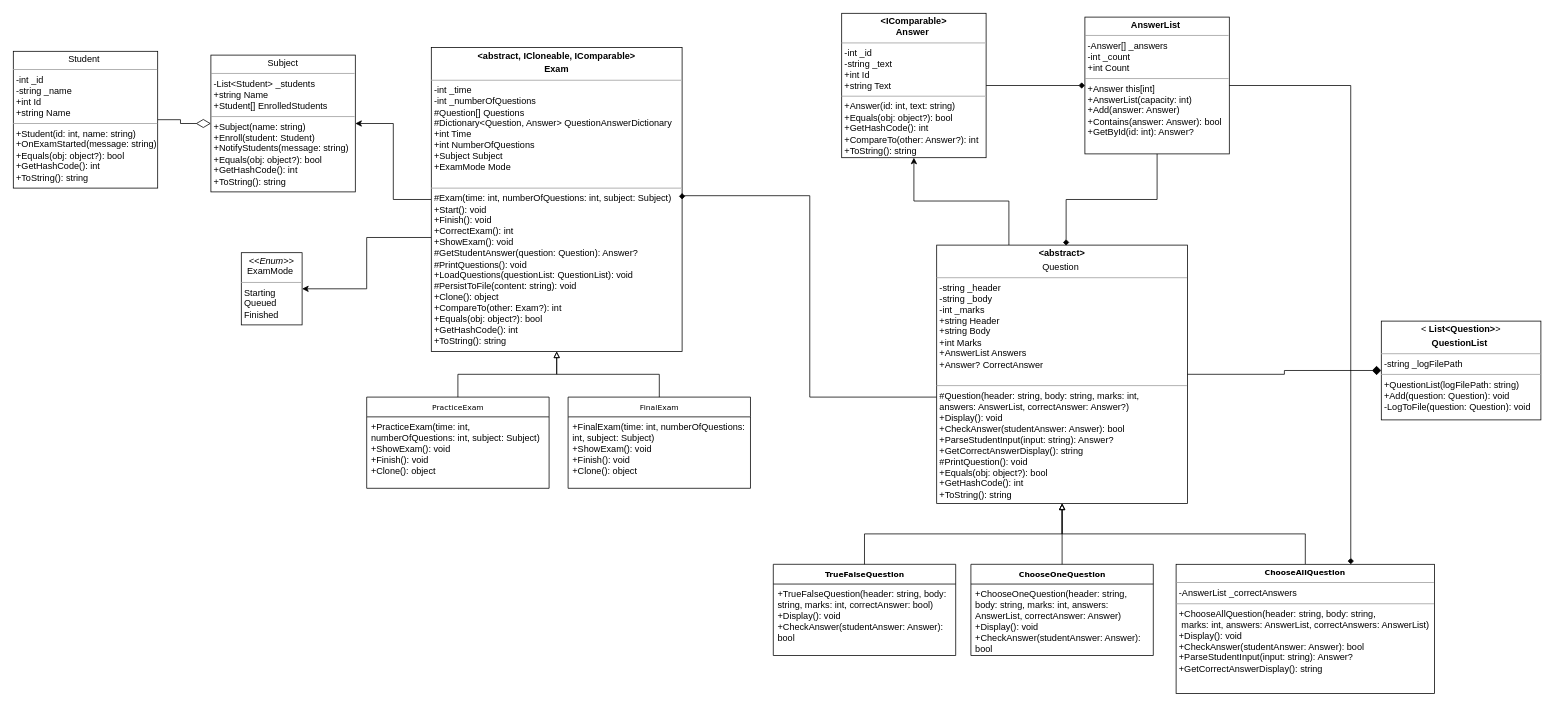
Before: UML/C# Project.drawio in YoussefHanna64-bit/Examination-Management-System, a draw.io diagram. Source tidied: cells renumbered, new cells numbered last; positions are measured from the earlier drawing's top-left corner, leaving out a move shared by most shapes. Both pictures are drawn from the tidied source at 76%, with x=0, y=0 at pixel (13, 13).
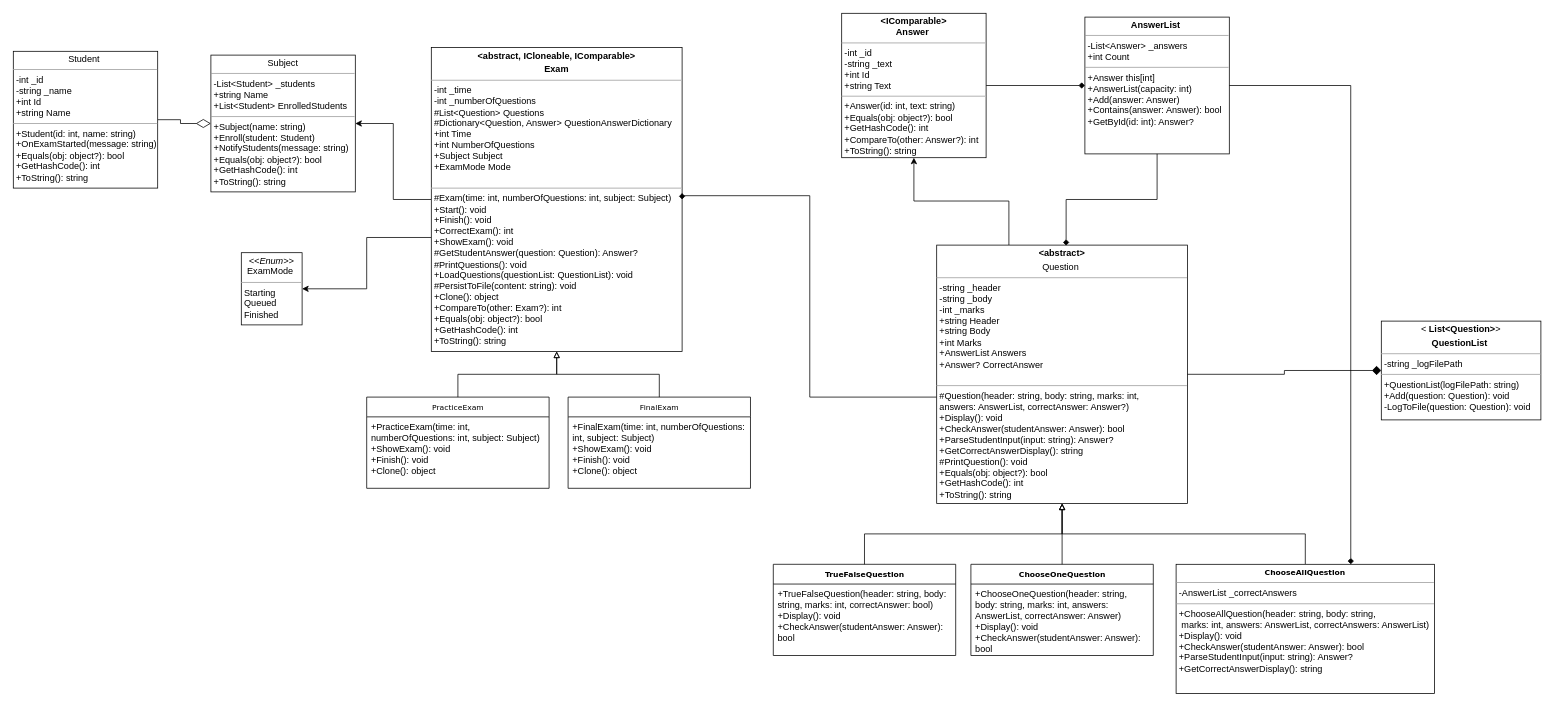
After the change.

What changed in the source:
```diff
@@
-    <mxCell id="8" value="&lt;p style=&quot;margin:0px;margin-top:4px;text-align:center;&quot;&gt;&lt;b style=&quot;background-color: transparent; color: light-dark(rgb(0, 0, 0), rgb(255, 255, 255));&quot;&gt;&amp;lt;abstract, ICloneable, IComparable&amp;gt;&lt;/b&gt;&lt;/p&gt;&lt;p style=&quot;margin:0px;margin-top:4px;text-align:center;&quot;&gt;&lt;b&gt;Exam&lt;/b&gt;&lt;/p&gt;&lt;hr size=&quot;1&quot;&gt;&lt;p style=&quot;margin:0px;margin-left:4px;&quot;&gt;     -int _time&lt;br&gt;-int _numberOfQuestions&lt;br&gt;&lt;/p&gt;&lt;p style=&quot;margin: 0px 0px 0px 4px;&quot;&gt;#Question[] Questions&lt;/p&gt;&lt;p style=&quot;margin: 0px 0px 0px 4px;&quot;&gt;#Dictionary&amp;lt;Question, Answer&amp;gt; QuestionAnswerDictionary&lt;/p&gt;&lt;p style=&quot;margin:0px;margin-left:4px;&quot;&gt;+int Time&amp;nbsp;&lt;/p&gt;&lt;p style=&quot;margin:0px;margin-left:4px;&quot;&gt;+int NumberOfQuestions&amp;nbsp;&lt;/p&gt;&lt;p style=&quot;margin:0px;margin-left:4px;&quot;&gt;+Subject Subject&amp;nbsp;&lt;/p&gt;&lt;p style=&quot;margin:0px;margin-left:4px;&quot;&gt;+ExamMode Mode&lt;br&gt;&lt;/p&gt;&lt;p style=&quot;margin:0px;margin-left:4px;&quot;&gt;&lt;br&gt;&lt;/p&gt;&lt;hr size=&quot;1&quot;&gt;&lt;p style=&quot;margin:0px;margin-left:4px;&quot;&gt;#Exam(time: int, numberOfQuestions: int, subject: Subject)&amp;nbsp;&lt;/p&gt;&lt;p style=&quot;margin:0px;margin-left:4px;&quot;&gt;+Start(): void&amp;nbsp;&lt;/p&gt;&lt;p style=&quot;margin:0px;margin-left:4px;&quot;&gt;+Finish(): void&amp;nbsp;&lt;/p&gt;&lt;p style=&quot;margin:0px;margin-left:4px;&quot;&gt;+CorrectExam(): int&amp;nbsp;&lt;/p&gt;&lt;p style=&quot;margin:0px;margin-left:4px;&quot;&gt;+ShowExam(): void&amp;nbsp;&lt;/p&gt;&lt;p style=&quot;margin:0px;margin-left:4px;&quot;&gt;#GetStudentAnswer(question: Question): Answer?&lt;br&gt;            #PrintQuestions(): void&lt;br&gt;            +LoadQuestions(questionList: QuestionList): void&lt;br&gt;            #PersistToFile(content: string): void&lt;br&gt;            +Clone(): object&lt;br&gt;            +CompareTo(other: Exam?): int&lt;br&gt;            +Equals(obj: object?): bool&lt;/p&gt;&lt;p style=&quot;margin:0px;margin-left:4px;&quot;&gt;+&lt;span class=&quot;hljs-title&quot;&gt;GetHashCode&lt;/span&gt;(&lt;span class=&quot;hljs-params&quot;&gt;&lt;/span&gt;): int&lt;br&gt;            +ToString(): string&lt;/p&gt;" style="verticalAlign=top;align=left;overflow=fill;fontSize=12;fontFamily=Helvetica;html=1;rounded=0;shadow=0;comic=0;labelBackgroundColor=none;strokeWidth=1;" parent="1" vertex="1">
+    <mxCell id="8" value="&lt;p style=&quot;margin:0px;margin-top:4px;text-align:center;&quot;&gt;&lt;b style=&quot;background-color: transparent; color: light-dark(rgb(0, 0, 0), rgb(255, 255, 255));&quot;&gt;&amp;lt;abstract, ICloneable, IComparable&amp;gt;&lt;/b&gt;&lt;/p&gt;&lt;p style=&quot;margin:0px;margin-top:4px;text-align:center;&quot;&gt;&lt;b&gt;Exam&lt;/b&gt;&lt;/p&gt;&lt;hr size=&quot;1&quot;&gt;&lt;p style=&quot;margin:0px;margin-left:4px;&quot;&gt;     -int _time&lt;br&gt;-int _numberOfQuestions&lt;br&gt;&lt;/p&gt;&lt;p style=&quot;margin: 0px 0px 0px 4px;&quot;&gt;#List&amp;lt;Question&amp;gt; Questions&lt;/p&gt;&lt;p style=&quot;margin: 0px 0px 0px 4px;&quot;&gt;#Dictionary&amp;lt;Question, Answer&amp;gt; QuestionAnswerDictionary&lt;/p&gt;&lt;p style=&quot;margin:0px;margin-left:4px;&quot;&gt;+int Time&amp;nbsp;&lt;/p&gt;&lt;p style=&quot;margin:0px;margin-left:4px;&quot;&gt;+int NumberOfQuestions&amp;nbsp;&lt;/p&gt;&lt;p style=&quot;margin:0px;margin-left:4px;&quot;&gt;+Subject Subject&amp;nbsp;&lt;/p&gt;&lt;p style=&quot;margin:0px;margin-left:4px;&quot;&gt;+ExamMode Mode&lt;br&gt;&lt;/p&gt;&lt;p style=&quot;margin:0px;margin-left:4px;&quot;&gt;&lt;br&gt;&lt;/p&gt;&lt;hr size=&quot;1&quot;&gt;&lt;p style=&quot;margin:0px;margin-left:4px;&quot;&gt;#Exam(time: int, numberOfQuestions: int, subject: Subject)&amp;nbsp;&lt;/p&gt;&lt;p style=&quot;margin:0px;margin-left:4px;&quot;&gt;+Start(): void&amp;nbsp;&lt;/p&gt;&lt;p style=&quot;margin:0px;margin-left:4px;&quot;&gt;+Finish(): void&amp;nbsp;&lt;/p&gt;&lt;p style=&quot;margin:0px;margin-left:4px;&quot;&gt;+CorrectExam(): int&amp;nbsp;&lt;/p&gt;&lt;p style=&quot;margin:0px;margin-left:4px;&quot;&gt;+ShowExam(): void&amp;nbsp;&lt;/p&gt;&lt;p style=&quot;margin:0px;margin-left:4px;&quot;&gt;#GetStudentAnswer(question: Question): Answer?&lt;br&gt;            #PrintQuestions(): void&lt;br&gt;            +LoadQuestions(questionList: QuestionList): void&lt;br&gt;            #PersistToFile(content: string): void&lt;br&gt;            +Clone(): object&lt;br&gt;            +CompareTo(other: Exam?): int&lt;br&gt;            +Equals(obj: object?): bool&lt;/p&gt;&lt;p style=&quot;margin:0px;margin-left:4px;&quot;&gt;+&lt;span class=&quot;hljs-title&quot;&gt;GetHashCode&lt;/span&gt;(&lt;span class=&quot;hljs-params&quot;&gt;&lt;/span&gt;): int&lt;br&gt;            +ToString(): string&lt;/p&gt;" style="verticalAlign=top;align=left;overflow=fill;fontSize=12;fontFamily=Helvetica;html=1;rounded=0;shadow=0;comic=0;labelBackgroundColor=none;strokeWidth=1;" parent="1" vertex="1">
       <mxGeometry x="550" y="45" width="330" height="400" as="geometry" />
     </mxCell>
@@
-    <mxCell id="12" value="&lt;p style=&quot;margin:0px;margin-top:4px;text-align:center;&quot;&gt;&lt;span style=&quot;background-color: transparent; color: light-dark(rgb(0, 0, 0), rgb(255, 255, 255)); text-align: left;&quot;&gt;Subject&lt;/span&gt;&lt;/p&gt;&lt;hr size=&quot;1&quot;&gt;&lt;p style=&quot;margin:0px;margin-left:4px;&quot;&gt;-List&amp;lt;Student&amp;gt; _students&amp;nbsp;&lt;/p&gt;&lt;p style=&quot;margin:0px;margin-left:4px;&quot;&gt;+string Name&amp;nbsp;&lt;/p&gt;&lt;p style=&quot;margin:0px;margin-left:4px;&quot;&gt;+Student[] EnrolledStudents&lt;/p&gt;&lt;hr size=&quot;1&quot;&gt;&lt;p style=&quot;margin:0px;margin-left:4px;&quot;&gt;+Subject(name: string)&lt;br&gt;+Enroll(student: Student)&lt;br&gt;+NotifyStudents(message: string)&lt;br&gt;            +Equals(obj: object?): bool&lt;/p&gt;&lt;p style=&quot;margin:0px;margin-left:4px;&quot;&gt;+&lt;span class=&quot;hljs-title&quot;&gt;GetHashCode&lt;/span&gt;(&lt;span class=&quot;hljs-params&quot;&gt;&lt;/span&gt;): int&lt;br&gt;            +ToString(): string&lt;/p&gt;" style="verticalAlign=top;align=left;overflow=fill;fontSize=12;fontFamily=Helvetica;html=1;rounded=0;shadow=0;comic=0;labelBackgroundColor=none;strokeWidth=1;" parent="1" vertex="1">
+    <mxCell id="12" value="&lt;p style=&quot;margin:0px;margin-top:4px;text-align:center;&quot;&gt;&lt;span style=&quot;background-color: transparent; color: light-dark(rgb(0, 0, 0), rgb(255, 255, 255)); text-align: left;&quot;&gt;Subject&lt;/span&gt;&lt;/p&gt;&lt;hr size=&quot;1&quot;&gt;&lt;p style=&quot;margin:0px;margin-left:4px;&quot;&gt;-List&amp;lt;Student&amp;gt; _students&amp;nbsp;&lt;/p&gt;&lt;p style=&quot;margin:0px;margin-left:4px;&quot;&gt;+string Name&amp;nbsp;&lt;/p&gt;&lt;p style=&quot;margin:0px;margin-left:4px;&quot;&gt;+List&amp;lt;Student&amp;gt;&amp;nbsp;EnrolledStudents&lt;/p&gt;&lt;hr size=&quot;1&quot;&gt;&lt;p style=&quot;margin:0px;margin-left:4px;&quot;&gt;+Subject(name: string)&lt;br&gt;+Enroll(student: Student)&lt;br&gt;+NotifyStudents(message: string)&lt;br&gt;            +Equals(obj: object?): bool&lt;/p&gt;&lt;p style=&quot;margin:0px;margin-left:4px;&quot;&gt;+&lt;span class=&quot;hljs-title&quot;&gt;GetHashCode&lt;/span&gt;(&lt;span class=&quot;hljs-params&quot;&gt;&lt;/span&gt;): int&lt;br&gt;            +ToString(): string&lt;/p&gt;" style="verticalAlign=top;align=left;overflow=fill;fontSize=12;fontFamily=Helvetica;html=1;rounded=0;shadow=0;comic=0;labelBackgroundColor=none;strokeWidth=1;" parent="1" vertex="1">
       <mxGeometry x="260" y="55" width="190" height="180" as="geometry" />
     </mxCell>
@@
-    <mxCell id="28" value="&lt;p style=&quot;margin:0px;margin-top:4px;text-align:center;&quot;&gt;&lt;b&gt;AnswerList&amp;nbsp;&lt;/b&gt;&lt;/p&gt;&lt;hr size=&quot;1&quot;&gt;&lt;p style=&quot;margin:0px;margin-left:4px;&quot;&gt; -Answer[] _answers&lt;br&gt;            -int _count&lt;br&gt;            +int Count&lt;/p&gt;&lt;hr size=&quot;1&quot;&gt;&lt;p style=&quot;margin:0px;margin-left:4px;&quot;&gt;+Answer this[int]&lt;br&gt;            +AnswerList(capacity: int)&lt;br&gt;            +Add(answer: Answer)&lt;br&gt;            +Contains(answer: Answer): bool&lt;br&gt;            +GetById(id: int): Answer?&lt;/p&gt;" style="verticalAlign=top;align=left;overflow=fill;fontSize=12;fontFamily=Helvetica;html=1;rounded=0;shadow=0;comic=0;labelBackgroundColor=none;strokeWidth=1;" parent="1" vertex="1">
+    <mxCell id="28" value="&lt;p style=&quot;margin:0px;margin-top:4px;text-align:center;&quot;&gt;&lt;b&gt;AnswerList&amp;nbsp;&lt;/b&gt;&lt;/p&gt;&lt;hr size=&quot;1&quot;&gt;&lt;p style=&quot;margin:0px;margin-left:4px;&quot;&gt;&lt;span style=&quot;background-color: transparent; color: light-dark(rgb(0, 0, 0), rgb(255, 255, 255));&quot;&gt;-List&amp;lt;&lt;/span&gt;&lt;span style=&quot;background-color: transparent; color: light-dark(rgb(0, 0, 0), rgb(255, 255, 255));&quot;&gt;Answer&lt;/span&gt;&lt;span style=&quot;background-color: transparent; color: light-dark(rgb(0, 0, 0), rgb(255, 255, 255));&quot;&gt;&amp;gt; _answers&lt;/span&gt;&lt;/p&gt;&lt;p style=&quot;margin:0px;margin-left:4px;&quot;&gt;            +int Count&lt;/p&gt;&lt;hr size=&quot;1&quot;&gt;&lt;p style=&quot;margin:0px;margin-left:4px;&quot;&gt;+Answer this[int]&lt;br&gt;            +AnswerList(capacity: int)&lt;br&gt;            +Add(answer: Answer)&lt;br&gt;            +Contains(answer: Answer): bool&lt;br&gt;            +GetById(id: int): Answer?&lt;/p&gt;" style="verticalAlign=top;align=left;overflow=fill;fontSize=12;fontFamily=Helvetica;html=1;rounded=0;shadow=0;comic=0;labelBackgroundColor=none;strokeWidth=1;" parent="1" vertex="1">
       <mxGeometry x="1410" y="5" width="190" height="180" as="geometry" />
     </mxCell>
```
